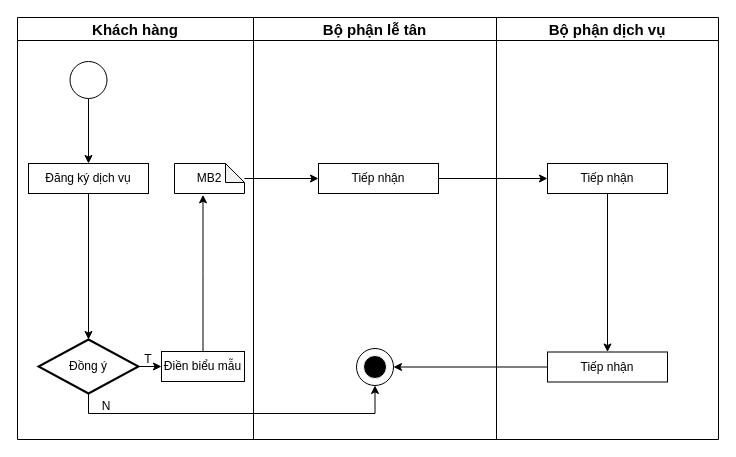
gakucode0602/Chart keeps this draw.io diagram as chart_2.drawio. Above is the earlier version. Source tidied: cells renumbered, new cells numbered last; positions are measured from the earlier drawing's top-left corner, leaving out a move shared by most shapes. Both pictures are drawn from the tidied source at 100%, with x=0, y=0 at pixel (17, 17).
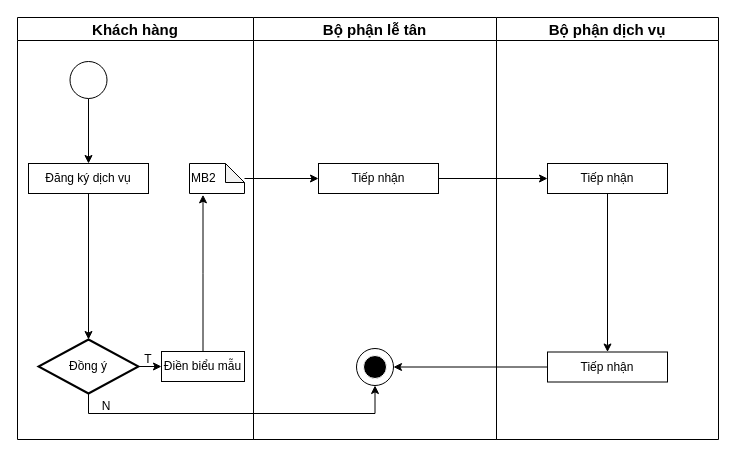
After the change.

Commit message (it also covers changes not shown here):
Cập nhật chart_2.drawio

Unchanged cells that the change refers to:
```xml
<mxCell id="2" value="Khách hàng" style="swimlane;whiteSpace=wrap;html=1;fontSize=15;" parent="1" vertex="1">
  <mxGeometry width="236" height="422" as="geometry" />
</mxCell>
```

Diff of the diagram source:
```diff
@@
-    <mxCell id="7" value="MB2" style="shape=note;whiteSpace=wrap;html=1;backgroundOutline=1;darkOpacity=0.05;size=19;" parent="2" vertex="1">
-      <mxGeometry x="157" y="146" width="70" height="30" as="geometry" />
+    <mxCell id="7" value="MB2" style="shape=note;whiteSpace=wrap;html=1;backgroundOutline=1;darkOpacity=0.05;size=19;align=left;" parent="2" vertex="1">
+      <mxGeometry x="172" y="146" width="55" height="30" as="geometry" />
     </mxCell>
```
